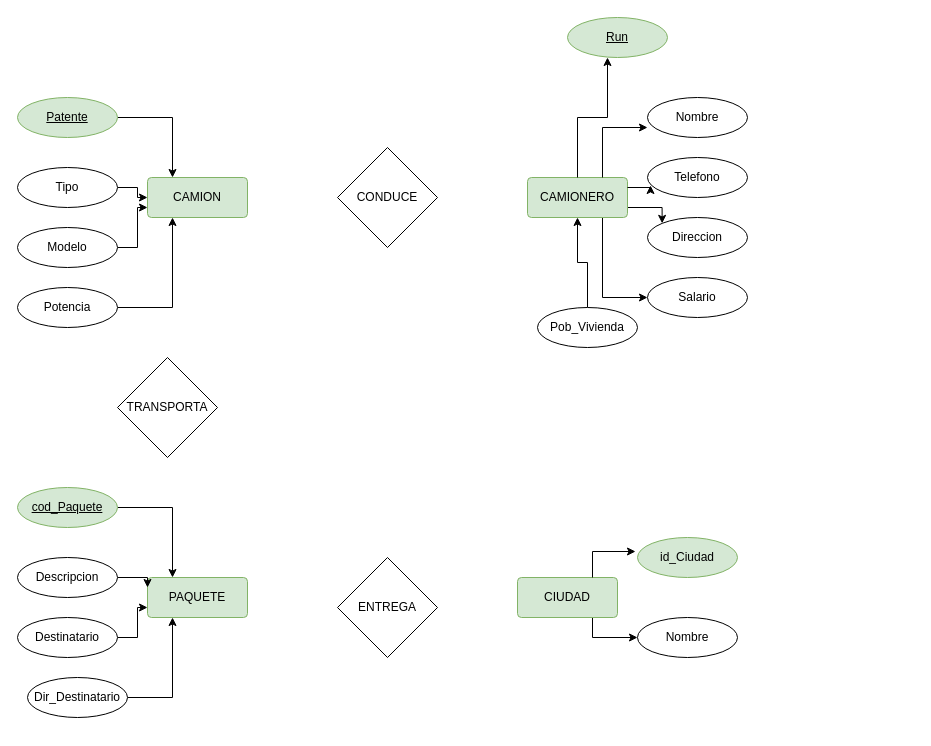
The draw.io diagram PrimerDiagrama_CFT.drawio in JoseAlberto13/JoseAlberto13, before the edit. Source tidied: cells renumbered, new cells numbered last; positions are measured from the earlier drawing's top-left corner, leaving out a move shared by most shapes. Both pictures are drawn from the tidied source at 100%, with x=0, y=0 at pixel (17, 17).
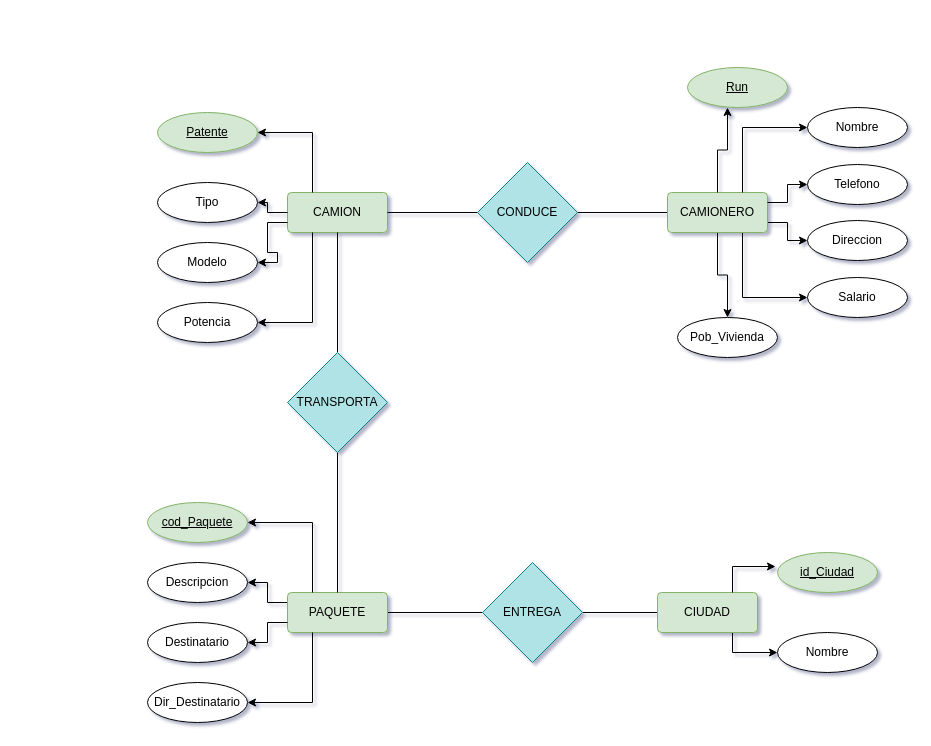
After the change.

Diff of the diagram source:
```diff
@@
-<mxGraphModel>
+<mxGraphModel shadow="1">
@@
     <mxCell id="2" value="CAMION" style="rounded=1;arcSize=10;whiteSpace=wrap;html=1;align=center;fillColor=#d5e8d4;strokeColor=#82b366;" parent="1" vertex="1">
-      <mxGeometry x="130" y="160" width="100" height="40" as="geometry" />
+      <mxGeometry x="270" y="175" width="100" height="40" as="geometry" />
     </mxCell>
@@
+    <mxCell id="41" style="edgeStyle=orthogonalEdgeStyle;rounded=0;jettySize=auto;html=1;exitX=0;exitY=0.5;exitDx=0;exitDy=0;entryX=1;entryY=0.5;entryDx=0;entryDy=0;endArrow=none;endFill=0;flowAnimation=1;" parent="1" edge="1" source="4" target="39">
+      <mxGeometry relative="1" as="geometry" />
+    </mxCell>
     <mxCell id="4" value="CIUDAD" style="rounded=1;arcSize=10;whiteSpace=wrap;html=1;align=center;fillColor=#d5e8d4;strokeColor=#82b366;" parent="1" vertex="1">
-      <mxGeometry x="500" y="560" width="100" height="40" as="geometry" />
+      <mxGeometry x="640" y="575" width="100" height="40" as="geometry" />
     </mxCell>
@@
-    <mxCell id="6" style="edgeStyle=orthogonalEdgeStyle;rounded=0;jettySize=auto;html=1;exitX=1;exitY=0.75;exitDx=0;exitDy=0;entryX=0;entryY=0;entryDx=0;entryDy=0;" parent="1" edge="1" source="7" target="27">
+    <mxCell id="6" style="edgeStyle=orthogonalEdgeStyle;rounded=0;jettySize=auto;html=1;exitX=1;exitY=0.75;exitDx=0;exitDy=0;entryX=0;entryY=0.5;entryDx=0;entryDy=0;" parent="1" edge="1" source="7" target="27">
       <mxGeometry relative="1" as="geometry" />
     </mxCell>
+    <mxCell id="42" style="edgeStyle=orthogonalEdgeStyle;rounded=0;jettySize=auto;html=1;exitX=0;exitY=0.5;exitDx=0;exitDy=0;entryX=1;entryY=0.5;entryDx=0;entryDy=0;endArrow=none;endFill=0;flowAnimation=1;" parent="1" edge="1" source="7" target="38">
+      <mxGeometry relative="1" as="geometry" />
+    </mxCell>
+    <mxCell id="43" style="edgeStyle=orthogonalEdgeStyle;rounded=0;jettySize=auto;html=1;exitX=0.5;exitY=1;exitDx=0;exitDy=0;entryX=0.5;entryY=0;entryDx=0;entryDy=0;" parent="1" edge="1" source="7" target="31">
+      <mxGeometry relative="1" as="geometry" />
+    </mxCell>
     <mxCell id="7" value="CAMIONERO" style="rounded=1;arcSize=10;whiteSpace=wrap;html=1;align=center;fillColor=#d5e8d4;strokeColor=#82b366;" parent="1" vertex="1">
-      <mxGeometry x="510" y="160" width="100" height="40" as="geometry" />
+      <mxGeometry x="650" y="175" width="100" height="40" as="geometry" />
     </mxCell>
+    <mxCell id="44" style="edgeStyle=orthogonalEdgeStyle;rounded=0;jettySize=auto;html=1;exitX=0;exitY=0.25;exitDx=0;exitDy=0;entryX=1;entryY=0.5;entryDx=0;entryDy=0;" parent="1" edge="1" source="8" target="20">
+      <mxGeometry relative="1" as="geometry" />
+    </mxCell>
+    <mxCell id="45" style="edgeStyle=orthogonalEdgeStyle;rounded=0;jettySize=auto;html=1;exitX=1;exitY=0.5;exitDx=0;exitDy=0;entryX=0;entryY=0.5;entryDx=0;entryDy=0;endArrow=none;endFill=0;flowAnimation=1;" parent="1" edge="1" source="8" target="39">
+      <mxGeometry relative="1" as="geometry" />
+    </mxCell>
     <mxCell id="8" value="PAQUETE" style="rounded=1;arcSize=10;whiteSpace=wrap;html=1;align=center;fillColor=#d5e8d4;strokeColor=#82b366;" parent="1" vertex="1">
-      <mxGeometry x="130" y="560" width="100" height="40" as="geometry" />
+      <mxGeometry x="270" y="575" width="100" height="40" as="geometry" />
     </mxCell>
-    <mxCell id="9" style="edgeStyle=orthogonalEdgeStyle;rounded=0;jettySize=auto;html=1;exitX=1;exitY=0.5;exitDx=0;exitDy=0;entryX=0.25;entryY=0;entryDx=0;entryDy=0;" parent="1" edge="1" source="10" target="2">
+    <mxCell id="9" style="edgeStyle=orthogonalEdgeStyle;rounded=0;jettySize=auto;html=1;exitX=0.25;exitY=0;exitDx=0;exitDy=0;entryX=1;entryY=0.5;entryDx=0;entryDy=0;" parent="1" edge="1" source="2" target="10">
       <mxGeometry relative="1" as="geometry" />
     </mxCell>
     <mxCell id="10" value="Patente" style="ellipse;whiteSpace=wrap;html=1;align=center;fontStyle=4;fillColor=#d5e8d4;strokeColor=#82b366;" parent="1" vertex="1">
-      <mxGeometry y="80" width="100" height="40" as="geometry" />
+      <mxGeometry x="140" y="95" width="100" height="40" as="geometry" />
     </mxCell>
-    <mxCell id="11" style="edgeStyle=orthogonalEdgeStyle;rounded=0;jettySize=auto;html=1;exitX=1;exitY=0.5;exitDx=0;exitDy=0;" parent="1" edge="1" source="12" target="2">
+    <mxCell id="11" style="edgeStyle=orthogonalEdgeStyle;rounded=0;jettySize=auto;html=1;entryX=1;entryY=0.5;entryDx=0;entryDy=0;" parent="1" edge="1" source="2" target="12">
       <mxGeometry relative="1" as="geometry" />
     </mxCell>
     <mxCell id="12" value="Tipo" style="ellipse;whiteSpace=wrap;html=1;align=center;" parent="1" vertex="1">
-      <mxGeometry y="150" width="100" height="40" as="geometry" />
+      <mxGeometry x="140" y="165" width="100" height="40" as="geometry" />
     </mxCell>
-    <mxCell id="13" style="edgeStyle=orthogonalEdgeStyle;rounded=0;jettySize=auto;html=1;exitX=1;exitY=0.5;exitDx=0;exitDy=0;entryX=0;entryY=0.75;entryDx=0;entryDy=0;" parent="1" edge="1" source="14" target="2">
+    <mxCell id="13" style="edgeStyle=orthogonalEdgeStyle;rounded=0;jettySize=auto;html=1;exitX=0;exitY=0.75;exitDx=0;exitDy=0;entryX=1;entryY=0.5;entryDx=0;entryDy=0;" parent="1" edge="1" source="2" target="14">
       <mxGeometry relative="1" as="geometry" />
     </mxCell>
     <mxCell id="14" value="Modelo" style="ellipse;whiteSpace=wrap;html=1;align=center;" parent="1" vertex="1">
-      <mxGeometry y="210" width="100" height="40" as="geometry" />
+      <mxGeometry x="140" y="225" width="100" height="40" as="geometry" />
     </mxCell>
-    <mxCell id="15" style="edgeStyle=orthogonalEdgeStyle;rounded=0;jettySize=auto;html=1;exitX=1;exitY=0.5;exitDx=0;exitDy=0;entryX=0.25;entryY=1;entryDx=0;entryDy=0;" parent="1" edge="1" source="16" target="8">
+    <mxCell id="15" style="edgeStyle=orthogonalEdgeStyle;rounded=0;jettySize=auto;html=1;exitX=0.25;exitY=1;exitDx=0;exitDy=0;entryX=1;entryY=0.5;entryDx=0;entryDy=0;" parent="1" edge="1" source="8" target="16">
       <mxGeometry relative="1" as="geometry" />
     </mxCell>
     <mxCell id="16" value="Dir_Destinatario" style="ellipse;whiteSpace=wrap;html=1;align=center;" parent="1" vertex="1">
-      <mxGeometry x="10" y="660" width="100" height="40" as="geometry" />
+      <mxGeometry x="130" y="665" width="100" height="40" as="geometry" />
     </mxCell>
-    <mxCell id="17" style="edgeStyle=orthogonalEdgeStyle;rounded=0;jettySize=auto;html=1;exitX=1;exitY=0.5;exitDx=0;exitDy=0;entryX=0;entryY=0.75;entryDx=0;entryDy=0;" parent="1" edge="1" source="18" target="8">
+    <mxCell id="17" style="edgeStyle=orthogonalEdgeStyle;rounded=0;jettySize=auto;html=1;exitX=0;exitY=0.75;exitDx=0;exitDy=0;entryX=1;entryY=0.5;entryDx=0;entryDy=0;" parent="1" edge="1" source="8" target="18">
       <mxGeometry relative="1" as="geometry" />
     </mxCell>
     <mxCell id="18" value="Destinatario" style="ellipse;whiteSpace=wrap;html=1;align=center;" parent="1" vertex="1">
-      <mxGeometry y="600" width="100" height="40" as="geometry" />
+      <mxGeometry x="130" y="605" width="100" height="40" as="geometry" />
     </mxCell>
-    <mxCell id="19" style="edgeStyle=orthogonalEdgeStyle;rounded=0;jettySize=auto;html=1;exitX=1;exitY=0.5;exitDx=0;exitDy=0;entryX=0;entryY=0.25;entryDx=0;entryDy=0;" parent="1" edge="1" source="20" target="8">
-      <mxGeometry relative="1" as="geometry" />
-    </mxCell>
     <mxCell id="20" value="Descripcion" style="ellipse;whiteSpace=wrap;html=1;align=center;" parent="1" vertex="1">
-      <mxGeometry y="540" width="100" height="40" as="geometry" />
+      <mxGeometry x="130" y="545" width="100" height="40" as="geometry" />
     </mxCell>
-    <mxCell id="21" style="edgeStyle=orthogonalEdgeStyle;rounded=0;jettySize=auto;html=1;exitX=1;exitY=0.5;exitDx=0;exitDy=0;entryX=0.25;entryY=1;entryDx=0;entryDy=0;" parent="1" edge="1" source="22" target="2">
+    <mxCell id="21" style="edgeStyle=orthogonalEdgeStyle;rounded=0;jettySize=auto;html=1;exitX=0.25;exitY=1;exitDx=0;exitDy=0;entryX=1;entryY=0.5;entryDx=0;entryDy=0;" parent="1" edge="1" source="2" target="22">
       <mxGeometry relative="1" as="geometry" />
     </mxCell>
     <mxCell id="22" value="Potencia" style="ellipse;whiteSpace=wrap;html=1;align=center;" parent="1" vertex="1">
-      <mxGeometry y="270" width="100" height="40" as="geometry" />
+      <mxGeometry x="140" y="285" width="100" height="40" as="geometry" />
     </mxCell>
-    <mxCell id="23" style="edgeStyle=orthogonalEdgeStyle;rounded=0;jettySize=auto;html=1;exitX=1;exitY=0.5;exitDx=0;exitDy=0;entryX=0.25;entryY=0;entryDx=0;entryDy=0;" parent="1" edge="1" source="24" target="8">
-      <mxGeometry relative="1" as="geometry" />
-    </mxCell>
     <mxCell id="24" value="cod_Paquete" style="ellipse;whiteSpace=wrap;html=1;align=center;fontStyle=4;fillColor=#d5e8d4;strokeColor=#82b366;" parent="1" vertex="1">
-      <mxGeometry y="470" width="100" height="40" as="geometry" />
+      <mxGeometry x="130" y="485" width="100" height="40" as="geometry" />
     </mxCell>
-    <mxCell id="25" value="Nombre" style="ellipse;whiteSpace=wrap;html=1;align=center;" parent="1" vertex="1">
-      <mxGeometry x="630" y="80" width="100" height="40" as="geometry" />
+    <mxCell id="25" value="Nombre" style="ellipse;whiteSpace=wrap;html=1;align=center;flipV=1;flipH=1;" parent="1" vertex="1">
+      <mxGeometry x="790" y="90" width="100" height="40" as="geometry" />
     </mxCell>
     <mxCell id="26" value="Run" style="ellipse;whiteSpace=wrap;html=1;align=center;fontStyle=4;fillColor=#d5e8d4;strokeColor=#82b366;" parent="1" vertex="1">
-      <mxGeometry x="550" width="100" height="40" as="geometry" />
+      <mxGeometry x="670" y="50" width="100" height="40" as="geometry" />
     </mxCell>
-    <mxCell id="27" value="Direccion" style="ellipse;whiteSpace=wrap;html=1;align=center;" parent="1" vertex="1">
-      <mxGeometry x="630" y="200" width="100" height="40" as="geometry" />
+    <mxCell id="27" value="Direccion" style="ellipse;whiteSpace=wrap;html=1;align=center;flipV=1;flipH=1;" parent="1" vertex="1">
+      <mxGeometry x="790" y="203" width="100" height="40" as="geometry" />
     </mxCell>
-    <mxCell id="28" value="Telefono" style="ellipse;whiteSpace=wrap;html=1;align=center;" parent="1" vertex="1">
-      <mxGeometry x="630" y="140" width="100" height="40" as="geometry" />
+    <mxCell id="28" value="Telefono" style="ellipse;whiteSpace=wrap;html=1;align=center;flipV=1;flipH=1;" parent="1" vertex="1">
+      <mxGeometry x="790" y="147" width="100" height="40" as="geometry" />
     </mxCell>
-    <mxCell id="29" value="Salario" style="ellipse;whiteSpace=wrap;html=1;align=center;" parent="1" vertex="1">
-      <mxGeometry x="630" y="260" width="100" height="40" as="geometry" />
+    <mxCell id="29" value="Salario" style="ellipse;whiteSpace=wrap;html=1;align=center;flipV=1;flipH=1;" parent="1" vertex="1">
+      <mxGeometry x="790" y="260" width="100" height="40" as="geometry" />
     </mxCell>
-    <mxCell id="30" style="edgeStyle=orthogonalEdgeStyle;rounded=0;jettySize=auto;html=1;exitX=0.5;exitY=0;exitDx=0;exitDy=0;entryX=0.5;entryY=1;entryDx=0;entryDy=0;" parent="1" edge="1" source="31" target="7">
-      <mxGeometry relative="1" as="geometry" />
-    </mxCell>
     <mxCell id="31" value="Pob_Vivienda" style="ellipse;whiteSpace=wrap;html=1;align=center;" parent="1" vertex="1">
-      <mxGeometry x="520" y="290" width="100" height="40" as="geometry" />
+      <mxGeometry x="660" y="300" width="100" height="40" as="geometry" />
     </mxCell>
-    <mxCell id="32" value="id_Ciudad" style="ellipse;whiteSpace=wrap;html=1;align=center;fillColor=#d5e8d4;strokeColor=#82b366;" parent="1" vertex="1">
-      <mxGeometry x="620" y="520" width="100" height="40" as="geometry" />
+    <mxCell id="32" value="id_Ciudad" style="ellipse;whiteSpace=wrap;html=1;align=center;fillColor=#d5e8d4;strokeColor=#82b366;fontStyle=4;gradientColor=none;" parent="1" vertex="1">
+      <mxGeometry x="760" y="535" width="100" height="40" as="geometry" />
     </mxCell>
     <mxCell id="33" value="Nombre" style="ellipse;whiteSpace=wrap;html=1;align=center;" parent="1" vertex="1">
-      <mxGeometry x="620" y="600" width="100" height="40" as="geometry" />
+      <mxGeometry x="760" y="615" width="100" height="40" as="geometry" />
     </mxCell>
-    <mxCell id="34" style="edgeStyle=orthogonalEdgeStyle;rounded=0;jettySize=auto;html=1;exitX=1;exitY=0.25;exitDx=0;exitDy=0;entryX=0.03;entryY=0.7;entryDx=0;entryDy=0;entryPerimeter=0;" parent="1" edge="1" source="7" target="28">
+    <mxCell id="34" style="edgeStyle=orthogonalEdgeStyle;rounded=0;jettySize=auto;html=1;exitX=1;exitY=0.25;exitDx=0;exitDy=0;entryX=0;entryY=0.5;entryDx=0;entryDy=0;" parent="1" edge="1" source="7" target="28">
       <mxGeometry relative="1" as="geometry" />
     </mxCell>
-    <mxCell id="35" style="edgeStyle=orthogonalEdgeStyle;rounded=0;jettySize=auto;html=1;exitX=0.75;exitY=0;exitDx=0;exitDy=0;entryX=0;entryY=0.75;entryDx=0;entryDy=0;entryPerimeter=0;" parent="1" edge="1" source="7" target="25">
+    <mxCell id="35" style="edgeStyle=orthogonalEdgeStyle;rounded=0;jettySize=auto;html=1;exitX=0.75;exitY=0;exitDx=0;exitDy=0;entryX=0;entryY=0.5;entryDx=0;entryDy=0;" parent="1" edge="1" source="7" target="25">
       <mxGeometry relative="1" as="geometry" />
     </mxCell>
@@
+    <mxCell id="46" style="edgeStyle=orthogonalEdgeStyle;rounded=0;jettySize=auto;html=1;exitX=0;exitY=0.5;exitDx=0;exitDy=0;entryX=1;entryY=0.5;entryDx=0;entryDy=0;endArrow=none;endFill=0;flowAnimation=1;" parent="1" edge="1" source="38" target="2">
+      <mxGeometry relative="1" as="geometry" />
+    </mxCell>
-    <mxCell id="38" value="CONDUCE" style="rhombus;whiteSpace=wrap;html=1;" parent="1" vertex="1">
-      <mxGeometry x="320" y="130" width="100" height="100" as="geometry" />
+    <mxCell id="38" value="CONDUCE" style="rhombus;whiteSpace=wrap;html=1;fillColor=#b0e3e6;strokeColor=#0e8088;" parent="1" vertex="1">
+      <mxGeometry x="460" y="145" width="100" height="100" as="geometry" />
     </mxCell>
-    <mxCell id="39" value="ENTREGA" style="rhombus;whiteSpace=wrap;html=1;" parent="1" vertex="1">
-      <mxGeometry x="320" y="540" width="100" height="100" as="geometry" />
+    <mxCell id="39" value="ENTREGA" style="rhombus;whiteSpace=wrap;html=1;fillColor=#b0e3e6;strokeColor=#0e8088;" parent="1" vertex="1">
+      <mxGeometry x="465" y="545" width="100" height="100" as="geometry" />
     </mxCell>
+    <mxCell id="47" style="edgeStyle=orthogonalEdgeStyle;rounded=0;jettySize=auto;html=1;exitX=0.5;exitY=0;exitDx=0;exitDy=0;entryX=0.5;entryY=1;entryDx=0;entryDy=0;endArrow=none;endFill=0;flowAnimation=1;" parent="1" edge="1" source="40" target="2">
+      <mxGeometry relative="1" as="geometry" />
+    </mxCell>
+    <mxCell id="48" style="edgeStyle=orthogonalEdgeStyle;rounded=0;jettySize=auto;html=1;exitX=0.5;exitY=1;exitDx=0;exitDy=0;entryX=0.5;entryY=0;entryDx=0;entryDy=0;endArrow=none;endFill=0;flowAnimation=1;" parent="1" edge="1" source="40" target="8">
+      <mxGeometry relative="1" as="geometry" />
+    </mxCell>
-    <mxCell id="40" value="TRANSPORTA" style="rhombus;whiteSpace=wrap;html=1;" parent="1" vertex="1">
-      <mxGeometry x="100" y="340" width="100" height="100" as="geometry" />
+    <mxCell id="40" value="TRANSPORTA" style="rhombus;whiteSpace=wrap;html=1;fillColor=#b0e3e6;strokeColor=#0e8088;" parent="1" vertex="1">
+      <mxGeometry x="270" y="335" width="100" height="100" as="geometry" />
     </mxCell>
+    <mxCell id="23" style="edgeStyle=orthogonalEdgeStyle;rounded=0;jettySize=auto;html=1;exitX=0.25;exitY=0;exitDx=0;exitDy=0;entryX=1;entryY=0.5;entryDx=0;entryDy=0;flowAnimation=0;shadow=0;" parent="1" edge="1" source="8" target="24">
+      <mxGeometry relative="1" as="geometry" />
+    </mxCell>
```
